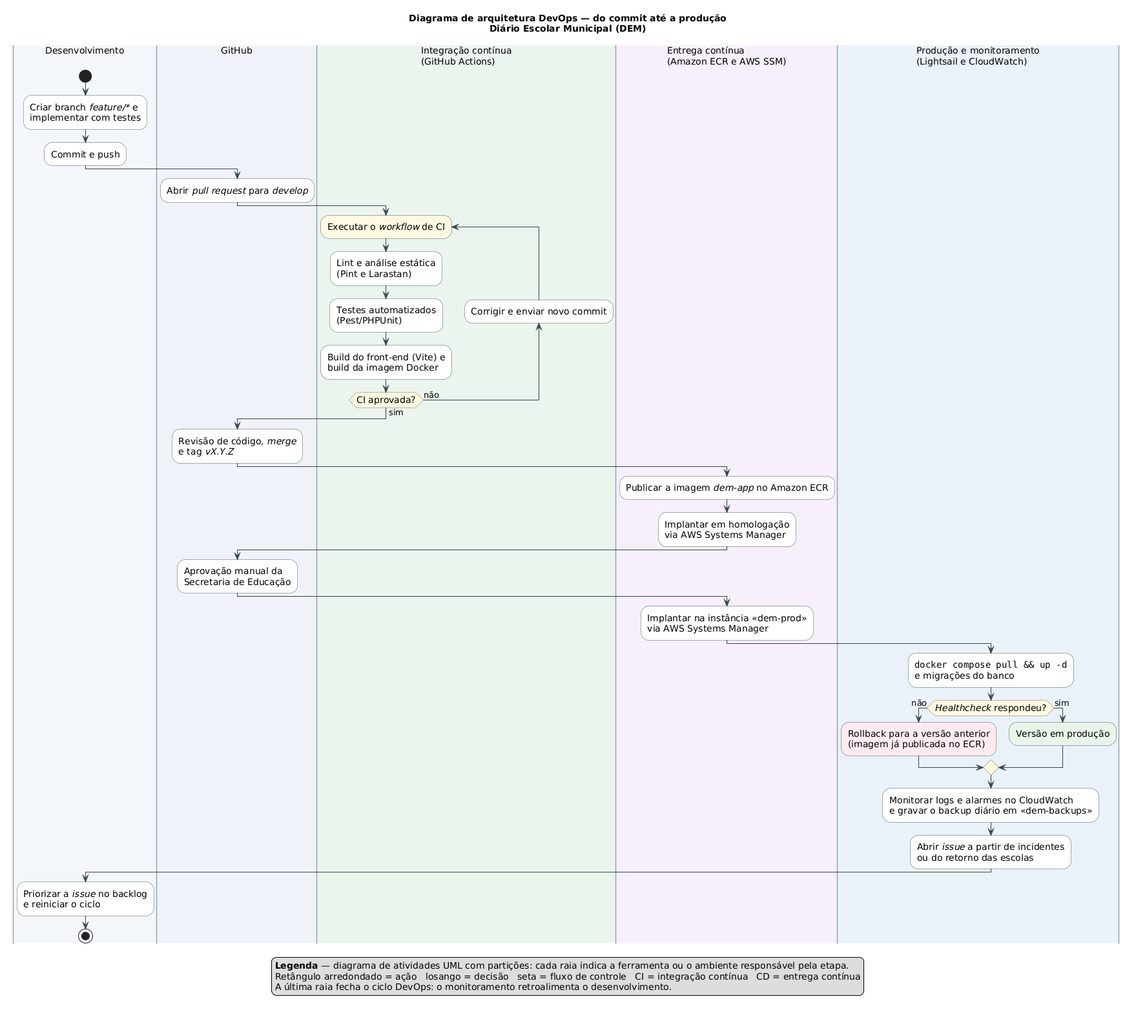
joaobschweikart/pwa-sistema-escolar keeps this PlantUML diagram as doc/diagramas/03-devops.png. Above is the earlier version.
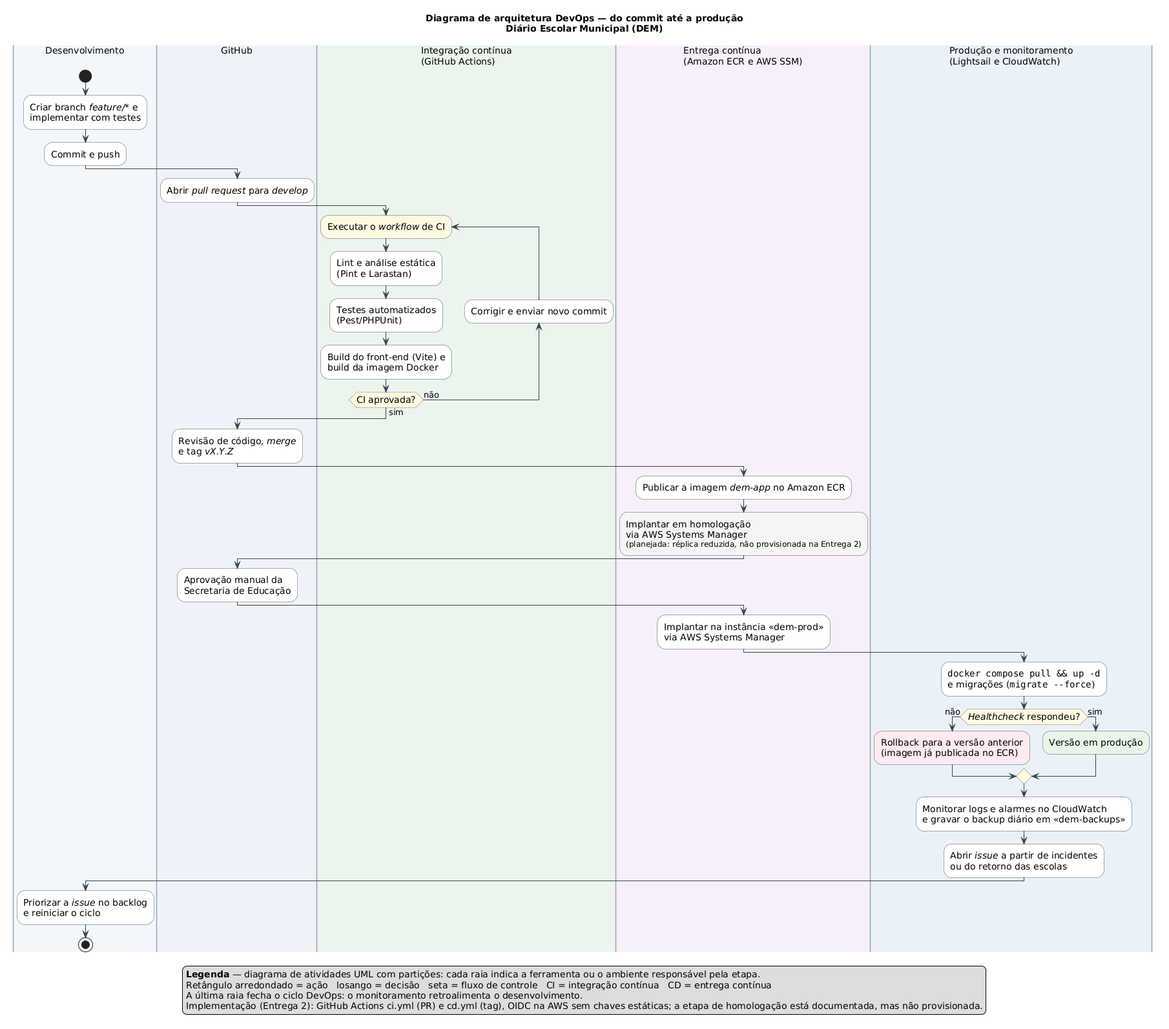
The same file after the commit.

What changed in the source:
```diff
@@ -35,7 +35,7 @@
 
 |#F6EEF8|Entrega contínua\n(Amazon ECR e AWS SSM)|
 :Publicar a imagem //dem-app// no Amazon ECR;
-:Implantar em homologação\nvia AWS Systems Manager;
+:Implantar em homologação\nvia AWS Systems Manager\n<size:12>(planejada: réplica reduzida, não provisionada na Entrega 2)</size>;<<#F5F5F5>>
 
 |#EEF3F8|GitHub|
 :Aprovação manual da\nSecretaria de Educação;
@@ -44,7 +44,7 @@
 :Implantar na instância «dem-prod»\nvia AWS Systems Manager;
 
 |#EAF1F8|Produção e monitoramento\n(Lightsail e CloudWatch)|
-:""docker compose pull && up -d""\ne migrações do banco;
+:""docker compose pull && up -d""\ne migrações (""migrate --force"");
 if (//Healthcheck// respondeu?) then (não)
   :Rollback para a versão anterior\n(imagem já publicada no ECR);<<#FFEBEE>>
 else (sim)
@@ -61,6 +61,7 @@
   <b>Legenda</b> — diagrama de atividades UML com partições: cada raia indica a ferramenta ou o ambiente responsável pela etapa.
   Retângulo arredondado = ação   losango = decisão   seta = fluxo de controle   CI = integração contínua   CD = entrega contínua
   A última raia fecha o ciclo DevOps: o monitoramento retroalimenta o desenvolvimento.
+  Implementação (Entrega 2): GitHub Actions ci.yml (PR) e cd.yml (tag), OIDC na AWS sem chaves estáticas; a etapa de homologação está documentada, mas não provisionada.
 endlegend
 
 @enduml
```
